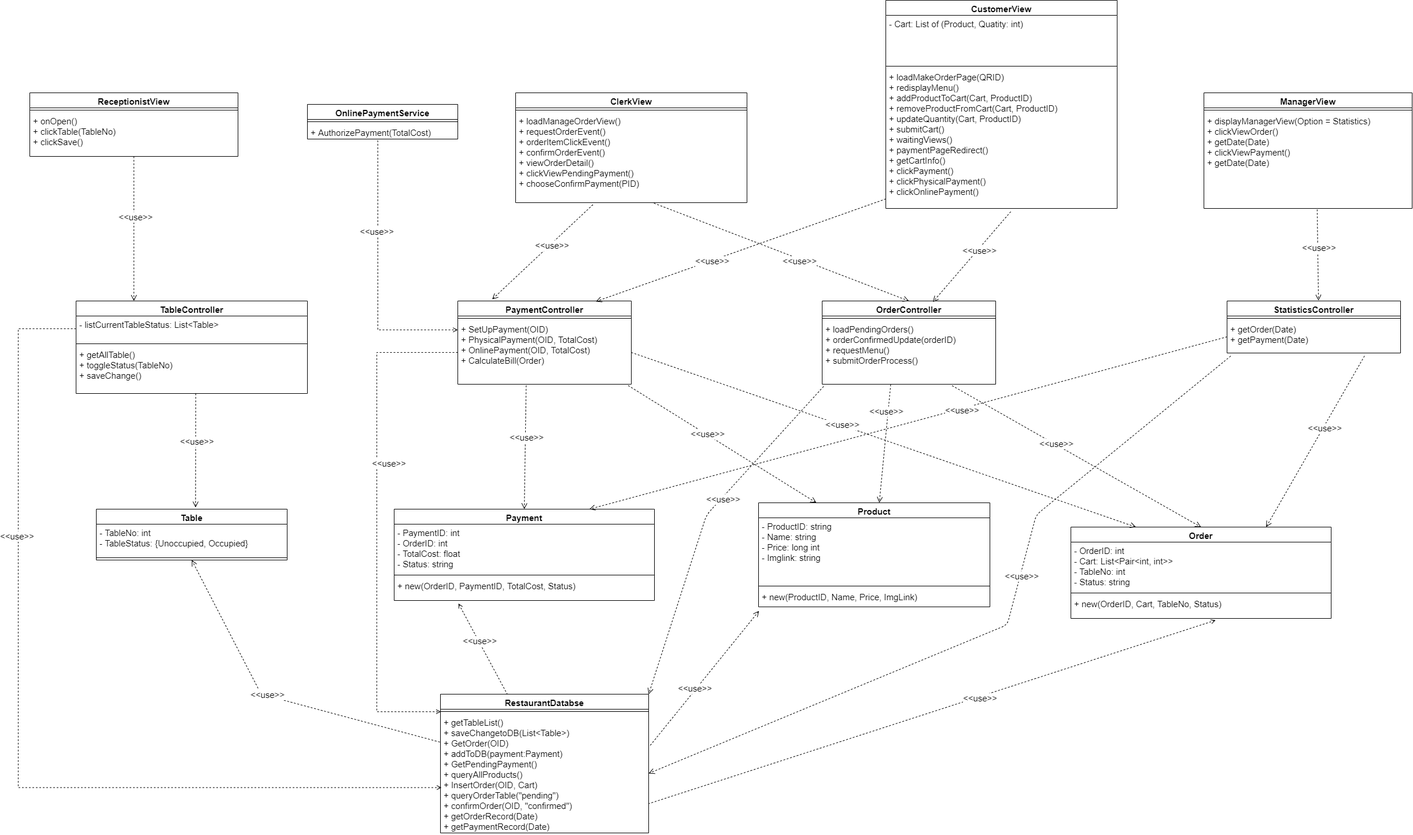
Above: Task 2/Task 2.3/Class Diagram.png in phuc16/CNPM (draw.io), before the change. Source tidied: cells renumbered, new cells last; positions are measured from the earlier drawing's top-left corner, leaving out a move shared by most shapes.
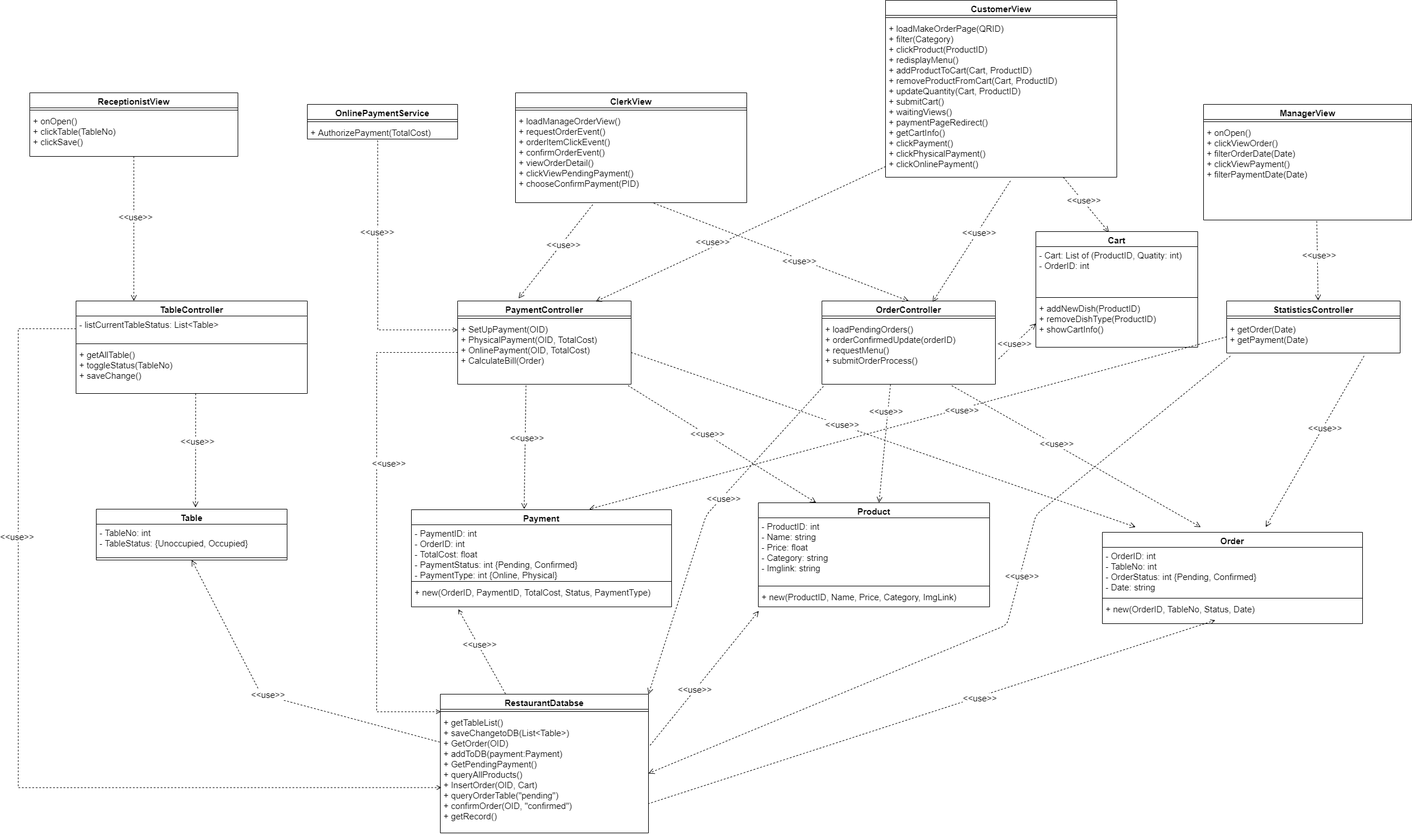
After the change.

Change to the diagram source:
```diff
@@ -49,3 +49,3 @@
     <mxCell id="16" value="ManagerView" style="swimlane;fontStyle=1;align=center;verticalAlign=top;horizontal=1;startSize=26;fontSize=15;" parent="1" vertex="1">
-      <mxGeometry x="2050" y="160" width="360" height="200" as="geometry" />
+      <mxGeometry x="2050" y="180" width="360" height="200" as="geometry" />
     </mxCell>
@@ -54,3 +54,3 @@
     </mxCell>
-    <mxCell id="18" value="+ displayManagerView(Option = Statistics)&#10;+ clickViewOrder()&#10;+ getDate(Date)&#10;+ clickViewPayment()&#10;+ getDate(Date)" style="text;strokeColor=none;fillColor=none;align=left;verticalAlign=top;spacingLeft=4;spacingRight=4;overflow=hidden;points=[[0,0.5],[1,0.5]];portConstraint=eastwest;fontSize=15;" parent="16" vertex="1">
+    <mxCell id="18" value="+ onOpen()&#10;+ clickViewOrder()&#10;+ filterOrderDate(Date)&#10;+ clickViewPayment()&#10;+ filterPaymentDate(Date)" style="text;strokeColor=none;fillColor=none;align=left;verticalAlign=top;spacingLeft=4;spacingRight=4;overflow=hidden;points=[[0,0.5],[1,0.5]];portConstraint=eastwest;fontSize=15;" parent="16" vertex="1">
       <mxGeometry y="34" width="360" height="166" as="geometry" />
@@ -60,3 +60,3 @@
     </mxCell>
-    <mxCell id="20" value="- ProductID: string&#10;- Name: string&#10;- Price: long int&#10;- Imglink: string" style="text;strokeColor=none;fillColor=none;align=left;verticalAlign=top;spacingLeft=4;spacingRight=4;overflow=hidden;fontSize=15;" parent="19" vertex="1">
+    <mxCell id="20" value="- ProductID: int&#10;- Name: string&#10;- Price: float&#10;- Category: string&#10;- Imglink: string" style="text;strokeColor=none;fillColor=none;align=left;verticalAlign=top;spacingLeft=4;spacingRight=4;overflow=hidden;fontSize=15;" parent="19" vertex="1">
       <mxGeometry y="26" width="400" height="114" as="geometry" />
@@ -66,3 +66,3 @@
     </mxCell>
-    <mxCell id="22" value="+ new(ProductID, Name, Price, ImgLink) " style="text;strokeColor=none;fillColor=none;align=left;verticalAlign=top;spacingLeft=4;spacingRight=4;overflow=hidden;points=[[0,0.5],[1,0.5]];portConstraint=eastwest;fontSize=15;" parent="19" vertex="1">
+    <mxCell id="22" value="+ new(ProductID, Name, Price, Category, ImgLink) " style="text;strokeColor=none;fillColor=none;align=left;verticalAlign=top;spacingLeft=4;spacingRight=4;overflow=hidden;points=[[0,0.5],[1,0.5]];portConstraint=eastwest;fontSize=15;" parent="19" vertex="1">
       <mxGeometry y="148" width="400" height="32" as="geometry" />
@@ -75,14 +75,2 @@
     </mxCell>
-    <mxCell id="25" value="Payment" style="swimlane;fontStyle=1;align=center;verticalAlign=top;horizontal=1;startSize=26;fontSize=15;" parent="1" vertex="1">
-      <mxGeometry x="650" y="880" width="450" height="158" as="geometry" />
-    </mxCell>
-    <mxCell id="26" value="- PaymentID: int&#10;- OrderID: int&#10;- TotalCost: float&#10;- Status: string  " style="text;strokeColor=none;fillColor=none;align=left;verticalAlign=top;spacingLeft=4;spacingRight=4;overflow=hidden;fontSize=15;" parent="25" vertex="1">
-      <mxGeometry y="26" width="450" height="84" as="geometry" />
-    </mxCell>
-    <mxCell id="27" style="line;strokeWidth=1;fillColor=none;align=left;verticalAlign=middle;spacingTop=-1;spacingLeft=3;spacingRight=3;labelPosition=right;fontSize=15;" parent="25" vertex="1">
-      <mxGeometry y="110" width="450" height="8" as="geometry" />
-    </mxCell>
-    <mxCell id="28" value="+ new(OrderID, PaymentID, TotalCost, Status)" style="text;strokeColor=none;fillColor=none;align=left;verticalAlign=top;spacingLeft=4;spacingRight=4;overflow=hidden;points=[[0,0.5],[1,0.5]];portConstraint=eastwest;fontSize=15;" parent="25" vertex="1">
-      <mxGeometry y="118" width="450" height="40" as="geometry" />
-    </mxCell>
     <mxCell id="29" value="PaymentController" style="swimlane;fontStyle=1;align=center;verticalAlign=top;horizontal=1;startSize=26;fontSize=15;" parent="1" vertex="1">
@@ -105,4 +93,6 @@
     </mxCell>
-    <mxCell id="35" style="html=1;verticalAlign=bottom;endArrow=open;dashed=1;endSize=8;fontSize=15;fontStyle=1;exitX=0.394;exitY=1.019;exitDx=0;exitDy=0;exitPerimeter=0;entryX=0.5;entryY=0;entryDx=0;entryDy=0;" parent="1" edge="1" source="31" target="25">
-      <mxGeometry x="-0.02" y="-10" relative="1" as="geometry" />
+    <mxCell id="35" style="html=1;verticalAlign=bottom;endArrow=open;dashed=1;endSize=8;fontSize=15;fontStyle=1;exitX=0.394;exitY=1.019;exitDx=0;exitDy=0;exitPerimeter=0;entryX=0.5;entryY=0;entryDx=0;entryDy=0;" parent="1" edge="1" source="31">
+      <mxGeometry x="-0.02" y="-10" relative="1" as="geometry">
+        <mxPoint x="875" y="880" as="targetPoint" />
+      </mxGeometry>
     </mxCell>
@@ -138,3 +128,3 @@
     </mxCell>
-    <mxCell id="44" value="+ getTableList()&#10;+ saveChangetoDB(List&lt;Table&gt;)&#10;+ GetOrder(OID)&#10;+ addToDB(payment:Payment)&#10;+ GetPendingPayment()&#10;+ queryAllProducts()&#10;+ InsertOrder(OID, Cart) &#10;+ queryOrderTable(&quot;pending&quot;)&#10;+ confirmOrder(OID, &quot;confirmed&quot;)&#10;+ getOrderRecord(Date)&#10;+ getPaymentRecord(Date)" style="text;strokeColor=none;fillColor=none;align=left;verticalAlign=top;spacingLeft=4;spacingRight=4;overflow=hidden;points=[[0,0.5],[1,0.5]];portConstraint=eastwest;fontSize=15;" parent="42" vertex="1">
+    <mxCell id="44" value="+ getTableList()&#10;+ saveChangetoDB(List&lt;Table&gt;)&#10;+ GetOrder(OID)&#10;+ addToDB(payment:Payment)&#10;+ GetPendingPayment()&#10;+ queryAllProducts()&#10;+ InsertOrder(OID, Cart) &#10;+ queryOrderTable(&quot;pending&quot;)&#10;+ confirmOrder(OID, &quot;confirmed&quot;)&#10;+ getRecord()" style="text;strokeColor=none;fillColor=none;align=left;verticalAlign=top;spacingLeft=4;spacingRight=4;overflow=hidden;points=[[0,0.5],[1,0.5]];portConstraint=eastwest;fontSize=15;" parent="42" vertex="1">
       <mxGeometry y="34" width="360" height="206" as="geometry" />
@@ -142,12 +132,9 @@
     <mxCell id="45" value="CustomerView" style="swimlane;fontStyle=1;align=center;verticalAlign=top;horizontal=1;startSize=26;fontSize=15;" parent="1" vertex="1">
-      <mxGeometry x="1500" width="400" height="360" as="geometry" />
+      <mxGeometry x="1500" width="400" height="306" as="geometry" />
     </mxCell>
-    <mxCell id="46" value="- Cart: List of (Product, Quatity: int)" style="text;strokeColor=none;fillColor=none;align=left;verticalAlign=top;spacingLeft=4;spacingRight=4;overflow=hidden;fontSize=15;" parent="45" vertex="1">
-      <mxGeometry y="26" width="400" height="84" as="geometry" />
-    </mxCell>
     <mxCell id="47" style="line;strokeWidth=1;fillColor=none;align=left;verticalAlign=middle;spacingTop=-1;spacingLeft=3;spacingRight=3;labelPosition=right;fontSize=15;" parent="45" vertex="1">
-      <mxGeometry y="110" width="400" height="8" as="geometry" />
+      <mxGeometry y="26" width="400" height="8" as="geometry" />
     </mxCell>
-    <mxCell id="48" value="+ loadMakeOrderPage(QRID)&#10;+ redisplayMenu()&#10;+ addProductToCart(Cart, ProductID)&#10;+ removeProductFromCart(Cart, ProductID)&#10;+ updateQuantity(Cart, ProductID)&#10;+ submitCart()&#10;+ waitingViews()&#10;+ paymentPageRedirect()&#10;+ getCartInfo() &#10;+ clickPayment()&#10;+ clickPhysicalPayment()&#10;+ clickOnlinePayment()&#10;" style="text;strokeColor=none;fillColor=none;align=left;verticalAlign=top;spacingLeft=4;spacingRight=4;overflow=hidden;points=[[0,0.5],[1,0.5]];portConstraint=eastwest;fontSize=15;" parent="45" vertex="1">
-      <mxGeometry y="118" width="400" height="242" as="geometry" />
+    <mxCell id="48" value="+ loadMakeOrderPage(QRID)&#10;+ filter(Category)&#10;+ clickProduct(ProductID)&#10;+ redisplayMenu()&#10;+ addProductToCart(Cart, ProductID)&#10;+ removeProductFromCart(Cart, ProductID)&#10;+ updateQuantity(Cart, ProductID)&#10;+ submitCart()&#10;+ waitingViews()&#10;+ paymentPageRedirect()&#10;+ getCartInfo() &#10;+ clickPayment()&#10;+ clickPhysicalPayment()&#10;+ clickOnlinePayment()&#10;" style="text;strokeColor=none;fillColor=none;align=left;verticalAlign=top;spacingLeft=4;spacingRight=4;overflow=hidden;points=[[0,0.5],[1,0.5]];portConstraint=eastwest;fontSize=15;" parent="45" vertex="1">
+      <mxGeometry y="34" width="400" height="272" as="geometry" />
     </mxCell>
@@ -162,15 +149,3 @@
     </mxCell>
-    <mxCell id="52" value="Order" style="swimlane;fontStyle=1;align=center;verticalAlign=top;horizontal=1;startSize=26;fontSize=15;" parent="1" vertex="1">
-      <mxGeometry x="1820" y="911" width="450" height="158" as="geometry" />
-    </mxCell>
-    <mxCell id="53" value="- OrderID: int&#10;- Cart: List&lt;Pair&lt;int, int&gt;&gt;&#10;- TableNo: int&#10;- Status: string&#10;" style="text;strokeColor=none;fillColor=none;align=left;verticalAlign=top;spacingLeft=4;spacingRight=4;overflow=hidden;fontSize=15;" parent="52" vertex="1">
-      <mxGeometry y="26" width="450" height="84" as="geometry" />
-    </mxCell>
-    <mxCell id="54" style="line;strokeWidth=1;fillColor=none;align=left;verticalAlign=middle;spacingTop=-1;spacingLeft=3;spacingRight=3;labelPosition=right;fontSize=15;" parent="52" vertex="1">
-      <mxGeometry y="110" width="450" height="8" as="geometry" />
-    </mxCell>
-    <mxCell id="55" value="+ new(OrderID, Cart, TableNo, Status)" style="text;strokeColor=none;fillColor=none;align=left;verticalAlign=top;spacingLeft=4;spacingRight=4;overflow=hidden;points=[[0,0.5],[1,0.5]];portConstraint=eastwest;fontSize=15;" parent="52" vertex="1">
-      <mxGeometry y="118" width="450" height="40" as="geometry" />
-    </mxCell>
-    <mxCell id="56" style="html=1;verticalAlign=bottom;endArrow=open;dashed=1;endSize=8;exitX=0.334;exitY=1.022;exitDx=0;exitDy=0;fontSize=15;entryX=0.198;entryY=-0.019;entryDx=0;entryDy=0;exitPerimeter=0;entryPerimeter=0;" parent="1" edge="1" source="41" target="29">
+    <mxCell id="56" style="html=1;verticalAlign=bottom;endArrow=open;dashed=1;endSize=8;exitX=0.334;exitY=1.022;exitDx=0;exitDy=0;fontSize=15;entryX=0.351;entryY=-0.031;entryDx=0;entryDy=0;exitPerimeter=0;entryPerimeter=0;" parent="1" edge="1" source="41" target="29">
       <mxGeometry x="-0.02" y="-10" relative="1" as="geometry" />
@@ -202,4 +177,6 @@
     </mxCell>
-    <mxCell id="64" style="html=1;verticalAlign=bottom;endArrow=open;dashed=1;endSize=8;fontSize=15;fontStyle=1;entryX=0.5;entryY=0;entryDx=0;entryDy=0;exitX=0.749;exitY=1.022;exitDx=0;exitDy=0;exitPerimeter=0;" parent="1" edge="1" source="51" target="52">
-      <mxGeometry x="-0.02" y="-10" relative="1" as="geometry" />
+    <mxCell id="64" style="html=1;verticalAlign=bottom;endArrow=open;dashed=1;endSize=8;fontSize=15;fontStyle=1;entryX=0.5;entryY=0;entryDx=0;entryDy=0;exitX=0.749;exitY=1.022;exitDx=0;exitDy=0;exitPerimeter=0;" parent="1" edge="1" source="51">
+      <mxGeometry x="-0.02" y="-10" relative="1" as="geometry">
+        <mxPoint x="2045" y="911" as="targetPoint" />
+      </mxGeometry>
     </mxCell>
@@ -216,4 +193,6 @@
     </mxCell>
-    <mxCell id="68" style="html=1;verticalAlign=bottom;endArrow=open;dashed=1;endSize=8;fontSize=15;fontStyle=1;entryX=0.25;entryY=0;entryDx=0;entryDy=0;exitX=1;exitY=0.5;exitDx=0;exitDy=0;" parent="1" edge="1" source="31" target="52">
-      <mxGeometry x="-0.02" y="-10" relative="1" as="geometry" />
+    <mxCell id="68" style="html=1;verticalAlign=bottom;endArrow=open;dashed=1;endSize=8;fontSize=15;fontStyle=1;entryX=0.25;entryY=0;entryDx=0;entryDy=0;exitX=1;exitY=0.5;exitDx=0;exitDy=0;" parent="1" edge="1" source="31">
+      <mxGeometry x="-0.02" y="-10" relative="1" as="geometry">
+        <mxPoint x="1932.5" y="911" as="targetPoint" />
+      </mxGeometry>
     </mxCell>
@@ -228,4 +207,6 @@
     </mxCell>
-    <mxCell id="72" style="html=1;verticalAlign=bottom;endArrow=none;dashed=1;endSize=8;fontSize=15;fontStyle=1;exitX=0.247;exitY=1.127;exitDx=0;exitDy=0;exitPerimeter=0;startArrow=open;startFill=0;endFill=0;" parent="1" edge="1" source="28" target="42">
-      <mxGeometry x="-0.02" y="-10" relative="1" as="geometry" />
+    <mxCell id="72" style="html=1;verticalAlign=bottom;endArrow=none;dashed=1;endSize=8;fontSize=15;fontStyle=1;exitX=0.247;exitY=1.127;exitDx=0;exitDy=0;exitPerimeter=0;startArrow=open;startFill=0;endFill=0;" parent="1" edge="1" target="42">
+      <mxGeometry x="-0.02" y="-10" relative="1" as="geometry">
+        <mxPoint x="761.1" y="1053.1" as="sourcePoint" />
+      </mxGeometry>
     </mxCell>
@@ -234,4 +215,6 @@
     </mxCell>
-    <mxCell id="74" style="html=1;verticalAlign=bottom;endArrow=none;dashed=1;endSize=8;fontSize=15;fontStyle=1;entryX=1.002;entryY=0.753;entryDx=0;entryDy=0;exitX=0.556;exitY=1.078;exitDx=0;exitDy=0;exitPerimeter=0;startArrow=open;startFill=0;endFill=0;entryPerimeter=0;" parent="1" edge="1" source="55" target="44">
-      <mxGeometry x="-0.02" y="-10" relative="1" as="geometry" />
+    <mxCell id="74" style="html=1;verticalAlign=bottom;endArrow=none;dashed=1;endSize=8;fontSize=15;fontStyle=1;entryX=1.002;entryY=0.753;entryDx=0;entryDy=0;exitX=0.556;exitY=1.078;exitDx=0;exitDy=0;exitPerimeter=0;startArrow=open;startFill=0;endFill=0;entryPerimeter=0;" parent="1" edge="1" target="44">
+      <mxGeometry x="-0.02" y="-10" relative="1" as="geometry">
+        <mxPoint x="2070.2" y="1072.1" as="sourcePoint" />
+      </mxGeometry>
     </mxCell>
@@ -255,4 +238,6 @@
     </mxCell>
-    <mxCell id="81" style="html=1;verticalAlign=bottom;endArrow=open;dashed=1;endSize=8;fontSize=15;fontStyle=1;exitX=0.792;exitY=1.092;exitDx=0;exitDy=0;exitPerimeter=0;entryX=0.75;entryY=0;entryDx=0;entryDy=0;" parent="1" edge="1" source="80" target="52">
-      <mxGeometry x="-0.02" y="-10" relative="1" as="geometry" />
+    <mxCell id="81" style="html=1;verticalAlign=bottom;endArrow=open;dashed=1;endSize=8;fontSize=15;fontStyle=1;exitX=0.792;exitY=1.092;exitDx=0;exitDy=0;exitPerimeter=0;entryX=0.75;entryY=0;entryDx=0;entryDy=0;" parent="1" edge="1" source="80">
+      <mxGeometry x="-0.02" y="-10" relative="1" as="geometry">
+        <mxPoint x="2157.5" y="911" as="targetPoint" />
+      </mxGeometry>
     </mxCell>
@@ -261,4 +246,6 @@
     </mxCell>
-    <mxCell id="83" style="html=1;verticalAlign=bottom;endArrow=open;dashed=1;endSize=8;fontSize=15;fontStyle=1;exitX=0;exitY=0.5;exitDx=0;exitDy=0;entryX=0.75;entryY=0;entryDx=0;entryDy=0;" parent="1" edge="1" source="80" target="25">
-      <mxGeometry x="-0.02" y="-10" relative="1" as="geometry" />
+    <mxCell id="83" style="html=1;verticalAlign=bottom;endArrow=open;dashed=1;endSize=8;fontSize=15;fontStyle=1;exitX=0;exitY=0.5;exitDx=0;exitDy=0;entryX=0.75;entryY=0;entryDx=0;entryDy=0;" parent="1" edge="1" source="80">
+      <mxGeometry x="-0.02" y="-10" relative="1" as="geometry">
+        <mxPoint x="987.5" y="880" as="targetPoint" />
+      </mxGeometry>
     </mxCell>
@@ -324,2 +311,50 @@
     </mxCell>
+    <mxCell id="95" value="Cart" style="swimlane;fontStyle=1;align=center;verticalAlign=top;horizontal=1;startSize=26;fontSize=15;" parent="1" vertex="1">
+      <mxGeometry x="1760" y="400" width="280" height="200" as="geometry" />
+    </mxCell>
+    <mxCell id="96" value="- Cart: List of (ProductID, Quatity: int)&#10;- OrderID: int" style="text;strokeColor=none;fillColor=none;align=left;verticalAlign=top;spacingLeft=4;spacingRight=4;overflow=hidden;fontSize=15;" parent="95" vertex="1">
+      <mxGeometry y="26" width="280" height="84" as="geometry" />
+    </mxCell>
+    <mxCell id="97" style="line;strokeWidth=1;fillColor=none;align=left;verticalAlign=middle;spacingTop=-1;spacingLeft=3;spacingRight=3;labelPosition=right;fontSize=15;" parent="95" vertex="1">
+      <mxGeometry y="110" width="280" height="8" as="geometry" />
+    </mxCell>
+    <mxCell id="98" value="+ addNewDish(ProductID)&#10;+ removeDishType(ProductID)&#10;+ showCartInfo()" style="text;strokeColor=none;fillColor=none;align=left;verticalAlign=top;spacingLeft=4;spacingRight=4;overflow=hidden;points=[[0,0.5],[1,0.5]];portConstraint=eastwest;fontSize=15;" parent="95" vertex="1">
+      <mxGeometry y="118" width="280" height="82" as="geometry" />
+    </mxCell>
+    <mxCell id="99" style="html=1;verticalAlign=bottom;endArrow=open;dashed=1;endSize=8;exitX=0.769;exitY=1.001;exitDx=0;exitDy=0;fontSize=15;entryX=0.451;entryY=0.005;entryDx=0;entryDy=0;exitPerimeter=0;entryPerimeter=0;" parent="1" edge="1" source="48" target="95">
+      <mxGeometry x="-0.02" y="-10" relative="1" as="geometry" />
+    </mxCell>
+    <mxCell id="100" value="&amp;lt;&amp;lt;use&amp;gt;&amp;gt;" style="edgeLabel;html=1;align=center;verticalAlign=middle;fontSize=15;" parent="99" vertex="1">
+      <mxGeometry x="-0.17" y="2" relative="1" as="geometry" />
+    </mxCell>
+    <mxCell id="101" style="html=1;verticalAlign=bottom;endArrow=open;dashed=1;endSize=8;exitX=1.018;exitY=0.604;exitDx=0;exitDy=0;fontSize=15;entryX=0;entryY=0.5;entryDx=0;entryDy=0;exitPerimeter=0;" parent="1" edge="1" source="51" target="98">
+      <mxGeometry x="-0.02" y="-10" relative="1" as="geometry" />
+    </mxCell>
+    <mxCell id="102" value="&amp;lt;&amp;lt;use&amp;gt;&amp;gt;" style="edgeLabel;html=1;align=center;verticalAlign=middle;fontSize=15;" parent="101" vertex="1">
+      <mxGeometry x="-0.17" y="2" relative="1" as="geometry" />
+    </mxCell>
+    <mxCell id="52" value="Order" style="swimlane;fontStyle=1;align=center;verticalAlign=top;horizontal=1;startSize=26;fontSize=15;" parent="1" vertex="1">
+      <mxGeometry x="1875" y="920" width="450" height="158" as="geometry" />
+    </mxCell>
+    <mxCell id="103" value="- OrderID: int&#10;- TableNo: int&#10;- OrderStatus: int {Pending, Confirmed}&#10;- Date: string" style="text;strokeColor=none;fillColor=none;align=left;verticalAlign=top;spacingLeft=4;spacingRight=4;overflow=hidden;fontSize=15;fontColor=default;" parent="52" vertex="1">
+      <mxGeometry y="26" width="450" height="84" as="geometry" />
+    </mxCell>
+    <mxCell id="104" style="line;strokeWidth=1;fillColor=none;align=left;verticalAlign=middle;spacingTop=-1;spacingLeft=3;spacingRight=3;labelPosition=right;fontSize=15;" parent="52" vertex="1">
+      <mxGeometry y="110" width="450" height="8" as="geometry" />
+    </mxCell>
+    <mxCell id="105" value="+ new(OrderID, TableNo, Status, Date)" style="text;strokeColor=none;fillColor=none;align=left;verticalAlign=top;spacingLeft=4;spacingRight=4;overflow=hidden;fontSize=15;fontColor=default;" parent="52" vertex="1">
+      <mxGeometry y="118" width="450" height="40" as="geometry" />
+    </mxCell>
+    <mxCell id="25" value="Payment" style="swimlane;fontStyle=1;align=center;verticalAlign=top;horizontal=1;startSize=26;fontSize=15;fillColor=default;strokeColor=default;fontColor=default;" parent="1" vertex="1">
+      <mxGeometry x="680" y="881" width="450" height="168" as="geometry" />
+    </mxCell>
+    <mxCell id="106" value="- PaymentID: int&#10;- OrderID: int&#10;- TotalCost: float&#10;- PaymentStatus: int {Pending, Confirmed}  &#10;- PaymentType: int {Online, Physical}" style="text;strokeColor=none;fillColor=none;align=left;verticalAlign=top;spacingLeft=4;spacingRight=4;overflow=hidden;fontSize=15;fontColor=default;" parent="25" vertex="1">
+      <mxGeometry y="26" width="450" height="94" as="geometry" />
+    </mxCell>
+    <mxCell id="107" style="line;strokeWidth=1;fillColor=none;align=left;verticalAlign=middle;spacingTop=-1;spacingLeft=3;spacingRight=3;labelPosition=right;fontSize=15;" parent="25" vertex="1">
+      <mxGeometry y="120" width="450" height="8" as="geometry" />
+    </mxCell>
+    <mxCell id="108" value="+ new(OrderID, PaymentID, TotalCost, Status, PaymentType)" style="text;strokeColor=none;fillColor=none;align=left;verticalAlign=top;spacingLeft=4;spacingRight=4;overflow=hidden;fontSize=15;fontColor=default;" parent="25" vertex="1">
+      <mxGeometry y="128" width="450" height="40" as="geometry" />
+    </mxCell>
   </root>
```
